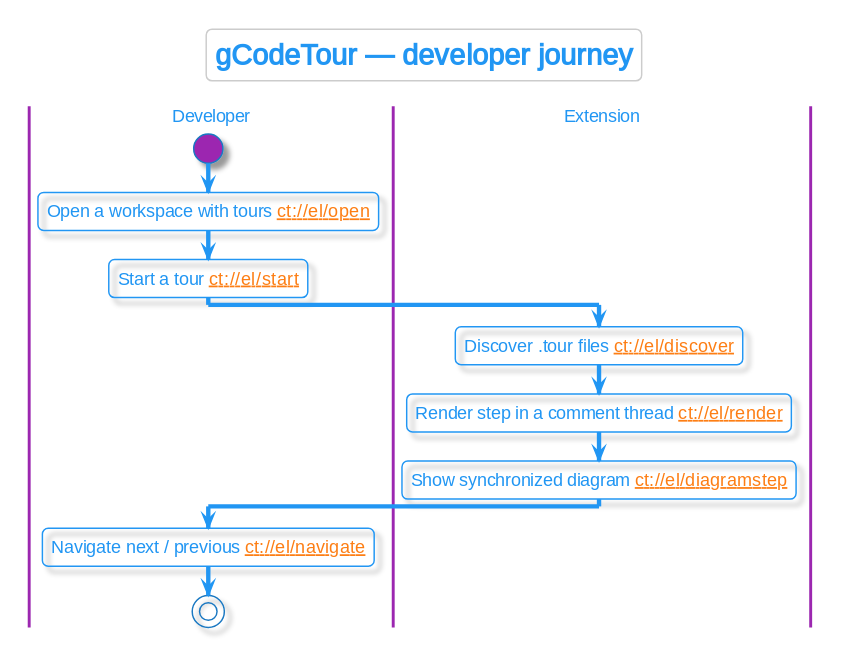
Above: .tours/diagrams/gcodetour-journey.svg in greglamb/gcodetour (PlantUML), before the change.
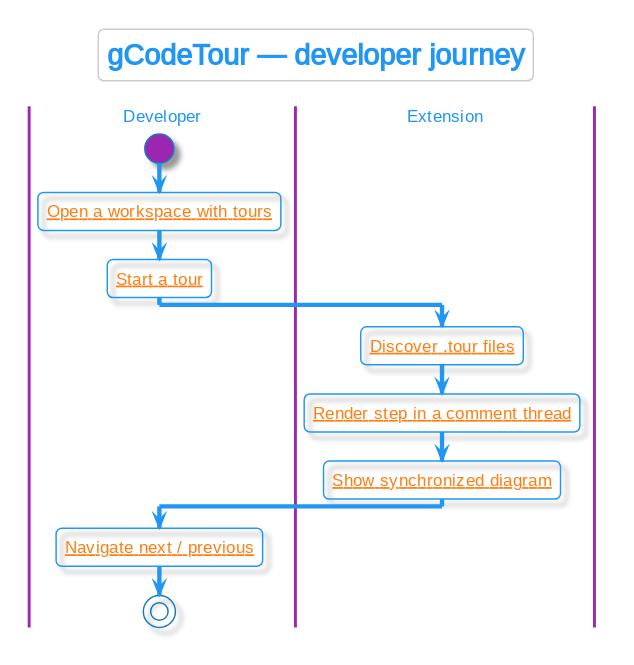
After the commit.

Change to the diagram source:
```diff
@@ -7,13 +7,13 @@
 
 |Developer|
 start
-:Open a workspace with tours [[ct://el/open]];
-:Start a tour [[ct://el/start]];
+:[[ct://el/open Open a workspace with tours]];
+:[[ct://el/start Start a tour]];
 |Extension|
-:Discover .tour files [[ct://el/discover]];
-:Render step in a comment thread [[ct://el/render]];
-:Show synchronized diagram [[ct://el/diagramstep]];
+:[[ct://el/discover Discover .tour files]];
+:[[ct://el/render Render step in a comment thread]];
+:[[ct://el/diagramstep Show synchronized diagram]];
 |Developer|
-:Navigate next / previous [[ct://el/navigate]];
+:[[ct://el/navigate Navigate next / previous]];
 stop
 @enduml
```
